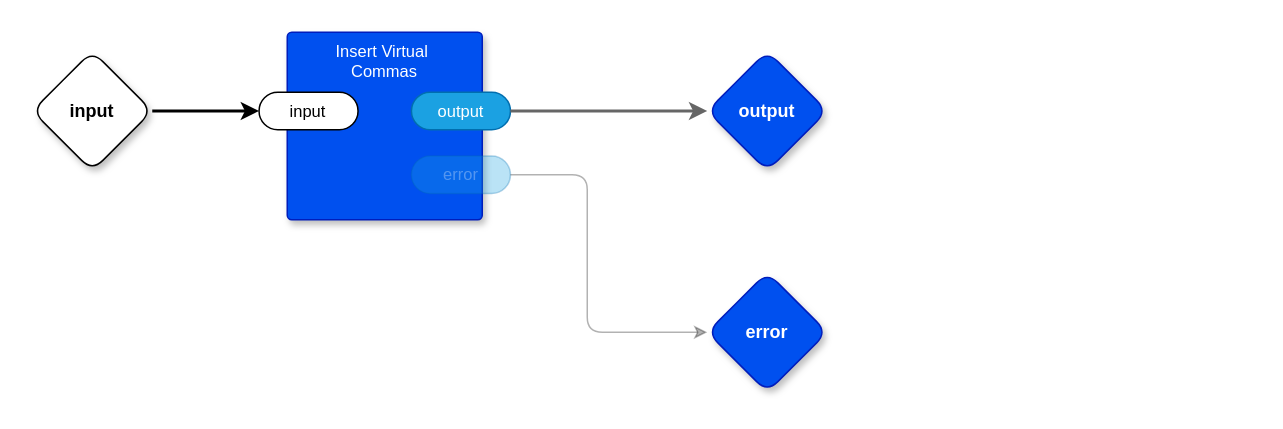
This is page "Front End" (2 of 5) of prolog/test.drawio from guitarvydas/transpiler, a draw.io file, before an edit. Source tidied: cells renumbered, new cells numbered last; positions are measured from the earlier drawing's top-left corner, leaving out a move shared by most shapes. Both pictures are drawn from the tidied source at 150%, with x=0, y=0 at pixel (32, 32).
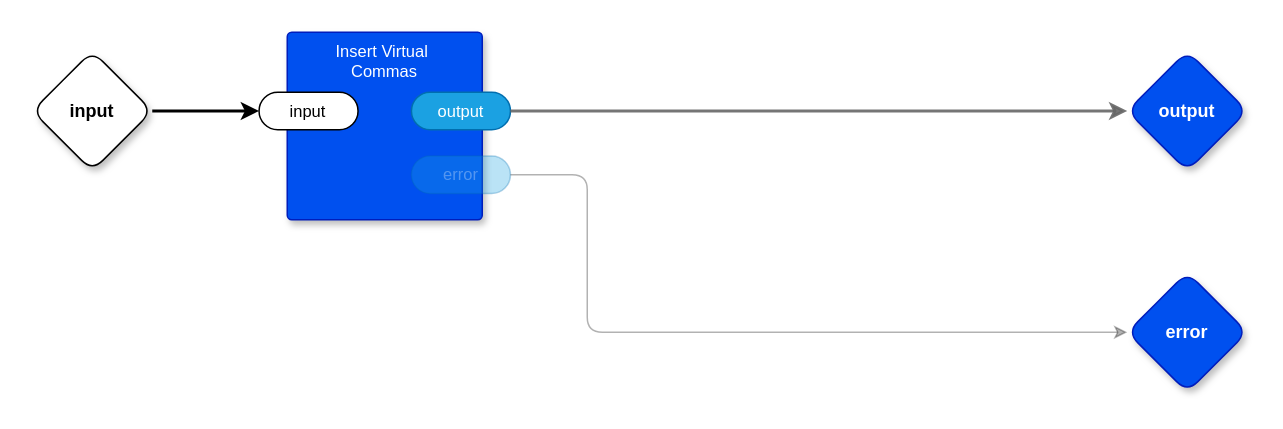
Above is the later version.

Change to the diagram source:
```diff
@@
 <mxGraphModel>
   <root>
     <mxCell id="0" />
     <mxCell id="1" parent="0" />
     <mxCell id="2" value="Insert&amp;nbsp;Virtual&amp;nbsp;&lt;br&gt;Commas" style="rounded=1;whiteSpace=wrap;html=1;sketch=0;verticalAlign=top;arcSize=6;fontStyle=0;absoluteArcSize=1;shadow=1;strokeColor=#001DBC;fillColor=#0050ef;fontColor=#ffffff;fontFamily=Helvetica;fontSize=11;" parent="1" vertex="1">
       <mxGeometry x="170" width="130" height="125" as="geometry" />
     </mxCell>
     <mxCell id="3" value="input" style="rounded=1;whiteSpace=wrap;html=1;sketch=0;points=[[0,0.5,0,0,0],[1,0.5,0,0,0]];arcSize=50;fontFamily=Helvetica;fontSize=11;fontColor=default;" parent="2" vertex="1">
       <mxGeometry x="-18.8" y="40" width="66" height="25" as="geometry" />
     </mxCell>
     <mxCell id="4" value="output" style="rounded=1;whiteSpace=wrap;html=1;sketch=0;points=[[0,0.5,0,0,0],[1,0.5,0,0,0]];fillColor=#1ba1e2;fontColor=#ffffff;strokeColor=#006EAF;arcSize=50;fontFamily=Helvetica;fontSize=11;" parent="2" vertex="1">
       <mxGeometry x="82.8" y="40" width="66" height="25" as="geometry" />
     </mxCell>
     <mxCell id="5" value="error" style="rounded=1;whiteSpace=wrap;sketch=0;points=[[0,0.5,0,0,0],[1,0.5,0,0,0]];fillColor=#1ba1e2;fontColor=#ffffff;strokeColor=#006EAF;arcSize=50;fontFamily=Helvetica;fontSize=11;opacity=30;textOpacity=30;" parent="2" vertex="1">
       <mxGeometry x="82.8" y="82.5" width="66" height="25" as="geometry" />
     </mxCell>
     <mxCell id="6" style="edgeStyle=orthogonalEdgeStyle;shape=connector;rounded=1;jettySize=auto;html=1;exitX=1;exitY=0.5;exitDx=0;exitDy=0;exitPerimeter=0;entryX=0;entryY=0.5;entryDx=0;entryDy=0;entryPerimeter=0;labelBackgroundColor=default;strokeColor=default;fontFamily=Helvetica;fontSize=11;fontColor=default;endArrow=classic;strokeWidth=2;" parent="1" edge="1" source="7" target="3">
       <mxGeometry relative="1" as="geometry" />
     </mxCell>
     <mxCell id="7" value="input" style="rhombus;whiteSpace=wrap;html=1;rounded=1;fontStyle=1;glass=0;sketch=0;fontSize=12;points=[[0,0.5,0,0,0],[0.5,0,0,0,0],[0.5,1,0,0,0],[1,0.5,0,0,0]];shadow=1;fontFamily=Helvetica;fontColor=default;" parent="1" vertex="1">
       <mxGeometry y="12.5" width="80" height="80" as="geometry" />
     </mxCell>
     <mxCell id="8" value="output" style="rhombus;whiteSpace=wrap;html=1;rounded=1;fillColor=#0050ef;fontColor=#ffffff;strokeColor=#001DBC;fontStyle=1;glass=0;sketch=0;fontSize=12;points=[[0,0.5,0,0,0],[0.5,0,0,0,0],[0.5,1,0,0,0],[1,0.5,0,0,0]];shadow=1;fontFamily=Helvetica;" parent="1" vertex="1">
-      <mxGeometry x="450" y="12.5" width="80" height="80" as="geometry" />
+      <mxGeometry x="730" y="12.5" width="80" height="80" as="geometry" />
     </mxCell>
     <mxCell id="9" value="error" style="rhombus;whiteSpace=wrap;html=1;rounded=1;fillColor=#0050ef;fontColor=#ffffff;strokeColor=#001DBC;fontStyle=1;glass=0;sketch=0;fontSize=12;points=[[0,0.5,0,0,0],[0.5,0,0,0,0],[0.5,1,0,0,0],[1,0.5,0,0,0]];shadow=1;fontFamily=Helvetica;" parent="1" vertex="1">
-      <mxGeometry x="450" y="160" width="80" height="80" as="geometry" />
+      <mxGeometry x="730" y="160" width="80" height="80" as="geometry" />
     </mxCell>
     <mxCell id="10" style="edgeStyle=orthogonalEdgeStyle;shape=connector;rounded=1;jettySize=auto;html=1;exitX=1;exitY=0.5;exitDx=0;exitDy=0;exitPerimeter=0;entryX=0;entryY=0.5;entryDx=0;entryDy=0;entryPerimeter=0;labelBackgroundColor=default;strokeColor=default;fontFamily=Helvetica;fontSize=11;fontColor=default;endArrow=classic;opacity=30;" parent="1" edge="1" source="5" target="9">
       <mxGeometry relative="1" as="geometry">
         <Array as="points">
           <mxPoint x="370" y="95" />
           <mxPoint x="370" y="200" />
         </Array>
       </mxGeometry>
     </mxCell>
-    <mxCell id="11" style="edgeStyle=orthogonalEdgeStyle;shape=connector;rounded=1;jumpStyle=arc;jettySize=auto;html=1;exitX=1;exitY=0.5;exitDx=0;exitDy=0;exitPerimeter=0;entryX=0;entryY=0.5;entryDx=0;entryDy=0;entryPerimeter=0;labelBackgroundColor=default;strokeColor=#666666;fontFamily=Helvetica;fontSize=11;fontColor=default;endArrow=classic;fillColor=#f5f5f5;strokeWidth=2;" parent="1" edge="1" source="4" target="8">
+    <mxCell id="11" style="edgeStyle=orthogonalEdgeStyle;shape=connector;rounded=1;jumpStyle=arc;jettySize=auto;html=1;exitX=1;exitY=0.5;exitDx=0;exitDy=0;exitPerimeter=0;entryX=0;entryY=0.5;entryDx=0;entryDy=0;entryPerimeter=0;labelBackgroundColor=default;strokeColor=#666666;strokeWidth=2;fontFamily=Helvetica;fontSize=11;fontColor=default;endArrow=classic;fillColor=#f5f5f5;opacity=90;" parent="1" edge="1" source="4" target="8">
       <mxGeometry relative="1" as="geometry" />
     </mxCell>
   </root>
 </mxGraphModel>
```
